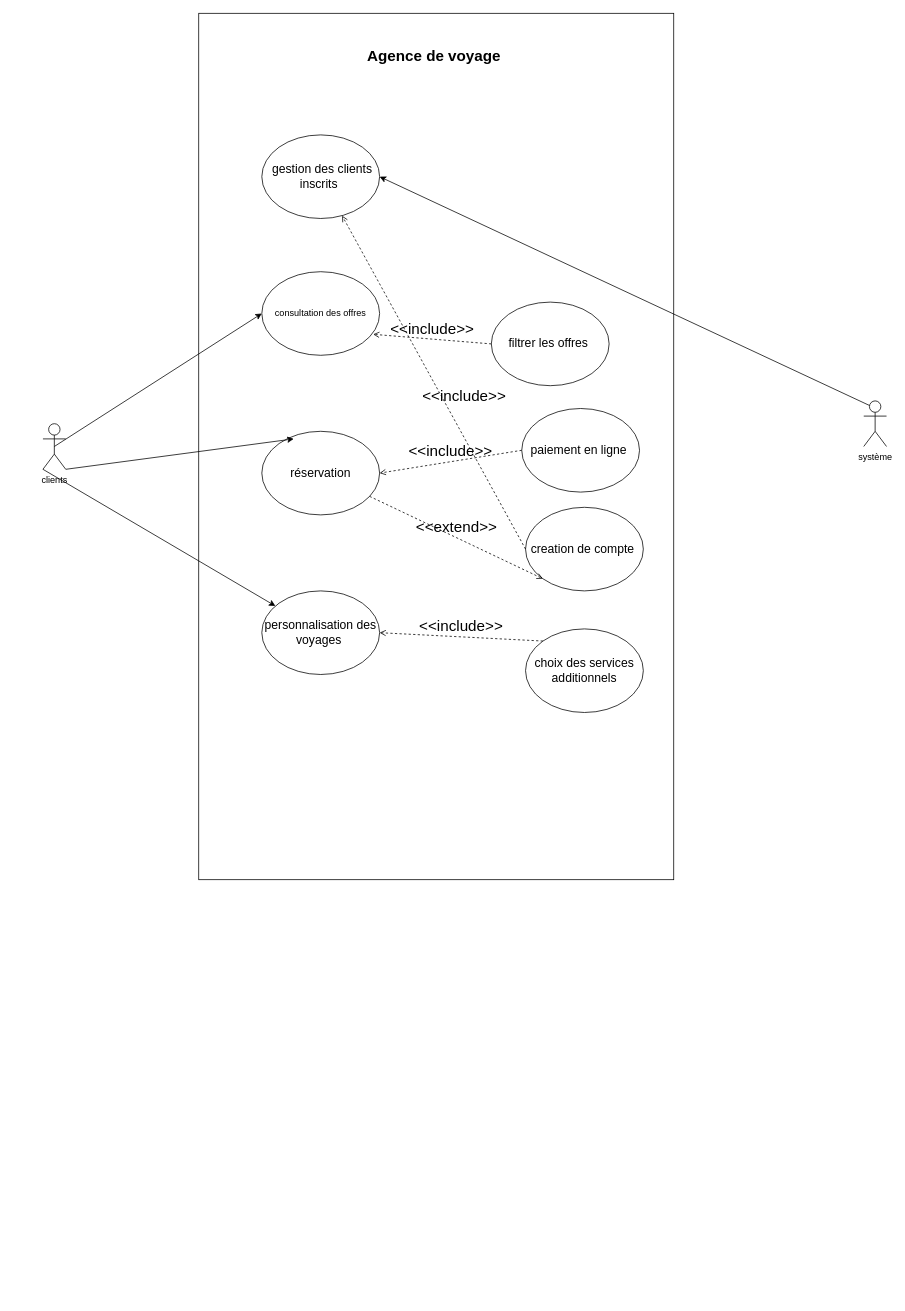
HananeOubaha/brief-7-agence-voyage keeps this draw.io diagram as UML-use-case -voyage.drawio. Above is the earlier version. Source tidied: cells renumbered, new cells numbered last; positions are measured from the earlier drawing's top-left corner, leaving out a move shared by most shapes. Both pictures are drawn from the tidied source at 76%, with x=0, y=0 at pixel (43, 13).
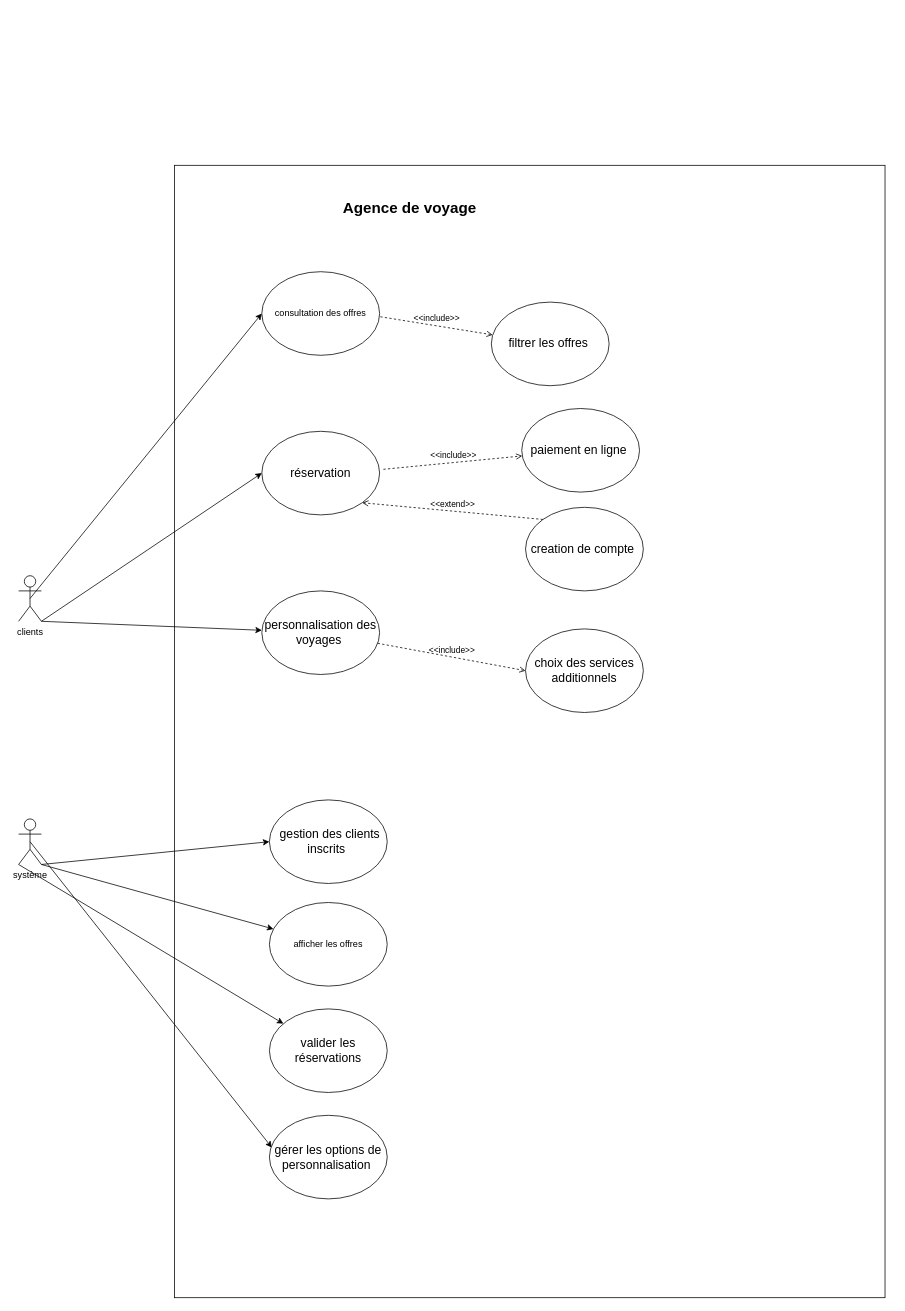
The same page after the edit.

Commit message (it also covers changes not shown here):
j'ai ajouté des modifications sur le diagramme uml

The change refers to these unchanged cells:
```xml
<mxCell id="7" value="&lt;br&gt;&lt;span lang=&quot;FR&quot;&gt;&amp;nbsp; &amp;nbsp;&lt;br&gt;consultation des offres &lt;/span&gt;&lt;br&gt;&lt;br&gt;&lt;br&gt;" style="ellipse;whiteSpace=wrap;html=1;" parent="1" vertex="1">
  <mxGeometry x="288" y="340" width="155" height="110" as="geometry" />
</mxCell>
<mxCell id="8" value="&lt;span style=&quot;font-size: 12pt; line-height: 115%; font-family: Aptos, sans-serif;&quot; lang=&quot;FR&quot;&gt;réservation&lt;/span&gt;" style="ellipse;whiteSpace=wrap;html=1;" parent="1" vertex="1">
  <mxGeometry x="288" y="550" width="155" height="110" as="geometry" />
</mxCell>
<mxCell id="9" value="&lt;span style=&quot;font-size: 12pt; line-height: 115%; font-family: Aptos, sans-serif;&quot; lang=&quot;FR&quot;&gt;personnalisation des voyages&amp;nbsp;&lt;/span&gt;" style="ellipse;whiteSpace=wrap;html=1;" parent="1" vertex="1">
  <mxGeometry x="288" y="760" width="155" height="110" as="geometry" />
</mxCell>
<mxCell id="14" value="&lt;span style=&quot;font-size: 12pt; line-height: 115%; font-family: Aptos, sans-serif;&quot; lang=&quot;FR&quot;&gt;filtrer les offres&amp;nbsp;&lt;/span&gt;" style="ellipse;whiteSpace=wrap;html=1;" parent="1" vertex="1">
  <mxGeometry x="590" y="380" width="155" height="110" as="geometry" />
</mxCell>
<mxCell id="15" value="&lt;span style=&quot;font-size: 12pt; line-height: 115%; font-family: Aptos, sans-serif;&quot; lang=&quot;FR&quot;&gt;paiement en ligne&amp;nbsp;&lt;/span&gt;" style="ellipse;whiteSpace=wrap;html=1;" parent="1" vertex="1">
  <mxGeometry x="630" y="520" width="155" height="110" as="geometry" />
</mxCell>
<mxCell id="16" value="&lt;span style=&quot;font-size: 12pt; line-height: 115%; font-family: Aptos, sans-serif;&quot; lang=&quot;FR&quot;&gt;creation de compte&amp;nbsp;&lt;/span&gt;" style="ellipse;whiteSpace=wrap;html=1;" parent="1" vertex="1">
  <mxGeometry x="635" y="650" width="155" height="110" as="geometry" />
</mxCell>
<mxCell id="17" value="&lt;span style=&quot;font-size: 12pt; line-height: 115%; font-family: Aptos, sans-serif;&quot; lang=&quot;FR&quot;&gt;choix des services additionnels&lt;/span&gt;" style="ellipse;whiteSpace=wrap;html=1;" parent="1" vertex="1">
  <mxGeometry x="635" y="810" width="155" height="110" as="geometry" />
</mxCell>
```

The edit, as a diff of the source:
```diff
@@
     <mxCell id="2" style="rounded=0;whiteSpace=wrap;html=1;" parent="1" vertex="1">
-      <mxGeometry x="205" width="625" height="1140" as="geometry" />
+      <mxGeometry x="173" y="200" width="935" height="1490" as="geometry" />
     </mxCell>
     <mxCell id="3" value="&lt;b&gt;&lt;font style=&quot;font-size: 20px;&quot;&gt;Agence de voyage&amp;nbsp;&lt;/font&gt;&lt;/b&gt;" style="text;html=1;strokeColor=none;fillColor=none;align=center;verticalAlign=middle;whiteSpace=wrap;rounded=0;" parent="1" vertex="1">
-      <mxGeometry x="420" y="40" width="195" height="30" as="geometry" />
+      <mxGeometry x="388" y="240" width="195" height="30" as="geometry" />
     </mxCell>
     <mxCell id="4" value="clients" style="shape=umlActor;verticalLabelPosition=bottom;verticalAlign=top;html=1;outlineConnect=0;" parent="1" vertex="1">
-      <mxGeometry y="540" width="30" height="60" as="geometry" />
+      <mxGeometry x="-32" y="740" width="30" height="60" as="geometry" />
     </mxCell>
+    <mxCell id="23" style="edgeStyle=none;html=1;exitX=1;exitY=1;exitDx=0;exitDy=0;exitPerimeter=0;" parent="1" edge="1" source="5" target="26">
+      <mxGeometry relative="1" as="geometry" />
+    </mxCell>
+    <mxCell id="24" style="edgeStyle=none;html=1;exitX=0;exitY=1;exitDx=0;exitDy=0;exitPerimeter=0;" parent="1" edge="1" source="5" target="27">
+      <mxGeometry relative="1" as="geometry" />
+    </mxCell>
+    <mxCell id="25" style="edgeStyle=none;html=1;exitX=0.5;exitY=0.5;exitDx=0;exitDy=0;exitPerimeter=0;entryX=0.021;entryY=0.386;entryDx=0;entryDy=0;entryPerimeter=0;" parent="1" edge="1" source="5" target="28">
+      <mxGeometry relative="1" as="geometry" />
+    </mxCell>
     <mxCell id="5" value="système" style="shape=umlActor;verticalLabelPosition=bottom;verticalAlign=top;html=1;outlineConnect=0;" parent="1" vertex="1">
-      <mxGeometry x="1080" y="510" width="30" height="60" as="geometry" />
+      <mxGeometry x="-32" y="1060" width="30" height="60" as="geometry" />
     </mxCell>
     <mxCell id="6" value="&lt;span style=&quot;font-size: 12pt; line-height: 115%; font-family: Aptos, sans-serif;&quot; lang=&quot;FR&quot;&gt;&amp;nbsp;gestion des clients inscrits&amp;nbsp;&lt;/span&gt;" style="ellipse;whiteSpace=wrap;html=1;" parent="1" vertex="1">
-      <mxGeometry x="288" y="160" width="155" height="110" as="geometry" />
+      <mxGeometry x="298" y="1035" width="155" height="110" as="geometry" />
     </mxCell>
@@
-    <mxCell id="11" style="endArrow=classic;html=1;fontSize=20;exitX=1;exitY=1;exitDx=0;exitDy=0;exitPerimeter=0;" parent="1" edge="1" source="4">
-      <mxGeometry relative="1" as="geometry">
-        <mxPoint x="330" y="560" as="targetPoint" />
-      </mxGeometry>
+    <mxCell id="11" style="endArrow=classic;html=1;fontSize=20;exitX=1;exitY=1;exitDx=0;exitDy=0;exitPerimeter=0;entryX=0;entryY=0.5;entryDx=0;entryDy=0;" parent="1" edge="1" source="4" target="8">
+      <mxGeometry relative="1" as="geometry" />
     </mxCell>
-    <mxCell id="12" style="endArrow=classic;html=1;fontSize=20;exitX=0;exitY=1;exitDx=0;exitDy=0;exitPerimeter=0;" parent="1" edge="1" source="4" target="9">
-      <mxGeometry relative="1" as="geometry" />
+    <mxCell id="12" style="endArrow=classic;html=1;fontSize=20;" parent="1" edge="1" target="9">
+      <mxGeometry relative="1" as="geometry">
+        <mxPoint x="-2" y="800" as="sourcePoint" />
+      </mxGeometry>
     </mxCell>
-    <mxCell id="13" style="endArrow=classic;html=1;fontSize=20;entryX=1;entryY=0.5;entryDx=0;entryDy=0;exitX=0.25;exitY=0.1;exitDx=0;exitDy=0;exitPerimeter=0;" parent="1" edge="1" source="5" target="6">
+    <mxCell id="13" style="endArrow=classic;html=1;fontSize=20;entryX=0;entryY=0.5;entryDx=0;entryDy=0;exitX=1;exitY=1;exitDx=0;exitDy=0;exitPerimeter=0;" parent="1" edge="1" source="5" target="6">
       <mxGeometry relative="1" as="geometry" />
     </mxCell>
@@
-    <mxCell id="18" value="&amp;lt;&amp;lt;include&amp;gt;&amp;gt;" style="html=1;verticalAlign=bottom;labelBackgroundColor=none;endArrow=open;endFill=0;dashed=1;fontSize=20;entryX=0.945;entryY=0.749;entryDx=0;entryDy=0;exitX=0;exitY=0.5;exitDx=0;exitDy=0;entryPerimeter=0;" parent="1" edge="1" source="14" target="7">
-      <mxGeometry relative="1" as="geometry" />
-    </mxCell>
-    <mxCell id="19" value="&amp;lt;&amp;lt;include&amp;gt;&amp;gt;" style="html=1;verticalAlign=bottom;labelBackgroundColor=none;endArrow=open;endFill=0;dashed=1;fontSize=20;exitX=0;exitY=0.5;exitDx=0;exitDy=0;" parent="1" edge="1" source="16" target="6">
-      <mxGeometry x="-0.19" y="-19" relative="1" as="geometry" />
-    </mxCell>
-    <mxCell id="20" value="&amp;lt;&amp;lt;include&amp;gt;&amp;gt;" style="html=1;verticalAlign=bottom;labelBackgroundColor=none;endArrow=open;endFill=0;dashed=1;fontSize=20;entryX=1;entryY=0.5;entryDx=0;entryDy=0;exitX=0;exitY=0.5;exitDx=0;exitDy=0;" parent="1" edge="1" source="15" target="8">
-      <mxGeometry relative="1" as="geometry" />
-    </mxCell>
-    <mxCell id="21" value="&amp;lt;&amp;lt;include&amp;gt;&amp;gt;" style="html=1;verticalAlign=bottom;labelBackgroundColor=none;endArrow=open;endFill=0;dashed=1;fontSize=20;entryX=1;entryY=0.5;entryDx=0;entryDy=0;exitX=0;exitY=0;exitDx=0;exitDy=0;" parent="1" edge="1" source="17" target="9">
-      <mxGeometry relative="1" as="geometry" />
-    </mxCell>
+    <mxCell id="26" value="afficher les offres" style="ellipse;whiteSpace=wrap;html=1;" parent="1" vertex="1">
+      <mxGeometry x="298" y="1170" width="155" height="110" as="geometry" />
+    </mxCell>
+    <mxCell id="27" value="&lt;span style=&quot;font-size: 12pt; line-height: 115%; font-family: Aptos, sans-serif;&quot; lang=&quot;FR&quot;&gt;valider les réservations&lt;/span&gt;" style="ellipse;whiteSpace=wrap;html=1;" parent="1" vertex="1">
+      <mxGeometry x="298" y="1310" width="155" height="110" as="geometry" />
+    </mxCell>
+    <mxCell id="28" value="&lt;font face=&quot;Aptos, sans-serif&quot;&gt;&lt;span style=&quot;font-size: 16px;&quot;&gt;gérer les options de personnalisation&amp;nbsp;&lt;/span&gt;&lt;/font&gt;" style="ellipse;whiteSpace=wrap;html=1;" parent="1" vertex="1">
+      <mxGeometry x="298" y="1450" width="155" height="110" as="geometry" />
+    </mxCell>
+    <mxCell id="29" value="&amp;lt;&amp;lt;include&amp;gt;&amp;gt;" style="html=1;verticalAlign=bottom;labelBackgroundColor=none;endArrow=open;endFill=0;dashed=1;exitX=1.006;exitY=0.539;exitDx=0;exitDy=0;exitPerimeter=0;" parent="1" edge="1" source="7" target="14">
+      <mxGeometry relative="1" as="geometry" />
+    </mxCell>
+    <mxCell id="30" value="&amp;lt;&amp;lt;include&amp;gt;&amp;gt;" style="html=1;verticalAlign=bottom;labelBackgroundColor=none;endArrow=open;endFill=0;dashed=1;" parent="1" edge="1" target="15">
+      <mxGeometry relative="1" as="geometry">
+        <mxPoint x="448" y="600" as="sourcePoint" />
+      </mxGeometry>
+    </mxCell>
-    <mxCell id="22" value="&amp;lt;&amp;lt;extend&amp;gt;&amp;gt;" style="html=1;verticalAlign=bottom;labelBackgroundColor=none;endArrow=open;endFill=0;dashed=1;fontSize=20;entryX=0;entryY=1;entryDx=0;entryDy=0;" parent="1" edge="1" source="8" target="16">
+    <mxCell id="22" value="&amp;lt;&amp;lt;extend&amp;gt;&amp;gt;" style="html=1;verticalAlign=bottom;labelBackgroundColor=none;endArrow=open;endFill=0;dashed=1;entryX=1;entryY=1;entryDx=0;entryDy=0;exitX=0;exitY=0;exitDx=0;exitDy=0;" parent="1" edge="1" source="16" target="8">
       <mxGeometry relative="1" as="geometry" />
     </mxCell>
+    <mxCell id="31" value="&amp;lt;&amp;lt;include&amp;gt;&amp;gt;" style="html=1;verticalAlign=bottom;labelBackgroundColor=none;endArrow=open;endFill=0;dashed=1;entryX=0;entryY=0.5;entryDx=0;entryDy=0;" parent="1" edge="1" source="9" target="17">
+      <mxGeometry relative="1" as="geometry" />
+    </mxCell>
```
